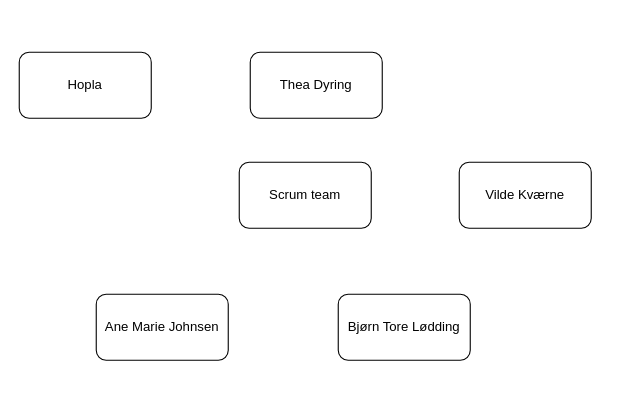
The draw.io diagram OrganisasjonsKart.drawio in vildesk/HoplaDrawIO, before the edit. Source tidied: cells renumbered, new cells numbered last; positions are measured from the earlier drawing's top-left corner, leaving out a move shared by most shapes. Both pictures are drawn from the tidied source at 110%, with x=0, y=0 at pixel (19, 52).
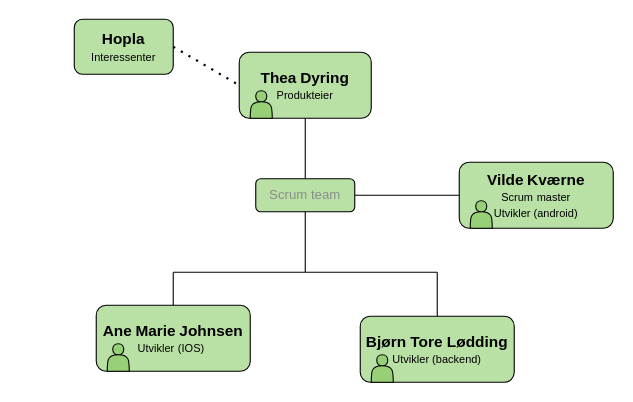
The same page after the edit.

Diff of the diagram source:
```diff
@@
-    <mxCell id="2" value="Scrum team" style="rounded=1;whiteSpace=wrap;html=1;" parent="1" vertex="1">
-      <mxGeometry x="200" y="100" width="120" height="60" as="geometry" />
+    <mxCell id="2" value="&lt;font color=&quot;#8c8c8c&quot;&gt;Scrum team&lt;/font&gt;" style="rounded=1;whiteSpace=wrap;html=1;fillColor=#B9E0A5;" parent="1" vertex="1">
+      <mxGeometry x="215" y="115" width="90" height="30" as="geometry" />
     </mxCell>
-    <mxCell id="3" value="Hopla" style="rounded=1;whiteSpace=wrap;html=1;" parent="1" vertex="1">
-      <mxGeometry width="120" height="60" as="geometry" />
+    <mxCell id="3" value="&lt;font style=&quot;font-size: 14px;&quot;&gt;&lt;b&gt;Hopla&lt;/b&gt;&lt;/font&gt;&lt;div&gt;&lt;font style=&quot;font-size: 10px;&quot;&gt;Interessenter&lt;/font&gt;&lt;/div&gt;" style="rounded=1;whiteSpace=wrap;html=1;fillColor=#B9E0A5;" parent="1" vertex="1">
+      <mxGeometry x="50" y="-30" width="90" height="50" as="geometry" />
     </mxCell>
-    <mxCell id="4" value="Thea Dyring" style="rounded=1;whiteSpace=wrap;html=1;" parent="1" vertex="1">
-      <mxGeometry x="210" width="120" height="60" as="geometry" />
+    <mxCell id="4" value="&lt;font style=&quot;font-size: 14px;&quot;&gt;&lt;b&gt;Thea&lt;/b&gt;&lt;/font&gt; &lt;font style=&quot;font-size: 14px;&quot;&gt;&lt;b&gt;Dyring&lt;/b&gt;&lt;/font&gt;&lt;div&gt;&lt;font style=&quot;font-size: 10px;&quot;&gt;Produkteier&lt;/font&gt;&lt;/div&gt;" style="rounded=1;whiteSpace=wrap;html=1;fillColor=#B9E0A5;" parent="1" vertex="1">
+      <mxGeometry x="200" width="120" height="60" as="geometry" />
     </mxCell>
-    <mxCell id="5" value="Vilde Kværne" style="rounded=1;whiteSpace=wrap;html=1;" parent="1" vertex="1">
-      <mxGeometry x="400" y="100" width="120" height="60" as="geometry" />
+    <mxCell id="5" value="&lt;font style=&quot;font-size: 14px;&quot;&gt;&lt;b&gt;Vilde&lt;/b&gt;&lt;/font&gt; &lt;font style=&quot;font-size: 14px;&quot;&gt;&lt;b&gt;Kværne&lt;/b&gt;&lt;/font&gt;&lt;div&gt;&lt;font style=&quot;font-size: 10px;&quot;&gt;Scrum&lt;/font&gt; &lt;font style=&quot;font-size: 10px;&quot;&gt;master&lt;/font&gt;&lt;/div&gt;&lt;div&gt;&lt;font style=&quot;font-size: 10px;&quot;&gt;Utvikler (android&lt;/font&gt;&lt;font style=&quot;font-size: 10px;&quot;&gt;)&lt;/font&gt;&lt;/div&gt;" style="rounded=1;whiteSpace=wrap;html=1;fillColor=#B9E0A5;" parent="1" vertex="1">
+      <mxGeometry x="400" y="100" width="140" height="60" as="geometry" />
     </mxCell>
-    <mxCell id="6" value="Ane Marie Johnsen" style="rounded=1;whiteSpace=wrap;html=1;" parent="1" vertex="1">
-      <mxGeometry x="70" y="220" width="120" height="60" as="geometry" />
+    <mxCell id="6" value="&lt;font style=&quot;font-size: 14px;&quot;&gt;&lt;b&gt;Ane&lt;/b&gt;&lt;/font&gt; &lt;b&gt;&lt;font style=&quot;font-size: 14px;&quot;&gt;Marie&lt;/font&gt;&lt;/b&gt; &lt;font style=&quot;font-size: 14px;&quot;&gt;&lt;b&gt;Johnsen&lt;/b&gt;&lt;/font&gt;&lt;div&gt;&lt;font style=&quot;font-size: 10px;&quot;&gt;Utvikler&lt;/font&gt; &lt;font style=&quot;font-size: 10px;&quot;&gt;(&lt;/font&gt;&lt;font style=&quot;font-size: 10px;&quot;&gt;IOS&lt;/font&gt;&lt;font style=&quot;font-size: 10px;&quot;&gt;)&lt;/font&gt;&amp;nbsp;&lt;/div&gt;" style="rounded=1;whiteSpace=wrap;html=1;fillColor=#B9E0A5;" parent="1" vertex="1">
+      <mxGeometry x="70" y="230" width="140" height="60" as="geometry" />
     </mxCell>
-    <mxCell id="7" value="Bjørn Tore Lødding" style="rounded=1;whiteSpace=wrap;html=1;" parent="1" vertex="1">
-      <mxGeometry x="290" y="220" width="120" height="60" as="geometry" />
+    <mxCell id="7" value="&lt;font style=&quot;font-size: 14px;&quot;&gt;&lt;b&gt;Bjørn Tore Lødding&lt;/b&gt;&lt;/font&gt;&lt;div&gt;&lt;font style=&quot;font-size: 10px;&quot;&gt;Utvikler&lt;b&gt; &lt;/b&gt;(backend)&lt;/font&gt;&lt;/div&gt;" style="rounded=1;whiteSpace=wrap;html=1;fillColor=#B9E0A5;" parent="1" vertex="1">
+      <mxGeometry x="310" y="240" width="140" height="60" as="geometry" />
     </mxCell>
+    <mxCell id="8" style="endArrow=none;html=1;rounded=0;exitX=0.5;exitY=0;exitDx=0;exitDy=0;" parent="1" edge="1" source="2" target="4">
+      <mxGeometry relative="1" as="geometry" />
+    </mxCell>
+    <mxCell id="9" style="endArrow=none;html=1;rounded=0;exitX=1;exitY=0.5;exitDx=0;exitDy=0;" parent="1" edge="1" source="2" target="5">
+      <mxGeometry relative="1" as="geometry" />
+    </mxCell>
+    <mxCell id="10" style="endArrow=none;dashed=1;html=1;dashPattern=1 3;strokeWidth=2;rounded=0;entryX=0;entryY=0.5;entryDx=0;entryDy=0;exitX=1;exitY=0.5;exitDx=0;exitDy=0;" parent="1" edge="1" source="3" target="4">
+      <mxGeometry relative="1" as="geometry" />
+    </mxCell>
+    <mxCell id="11" style="endArrow=none;html=1;rounded=0;entryX=0.5;entryY=1;entryDx=0;entryDy=0;" parent="1" edge="1" target="2">
+      <mxGeometry relative="1" as="geometry">
+        <mxPoint x="260" y="200" as="sourcePoint" />
+      </mxGeometry>
+    </mxCell>
+    <mxCell id="12" style="endArrow=none;html=1;rounded=0;" parent="1" edge="1">
+      <mxGeometry relative="1" as="geometry">
+        <mxPoint x="140" y="200" as="sourcePoint" />
+        <mxPoint x="260" y="200" as="targetPoint" />
+      </mxGeometry>
+    </mxCell>
+    <mxCell id="13" style="endArrow=none;html=1;rounded=0;" parent="1" edge="1">
+      <mxGeometry relative="1" as="geometry">
+        <mxPoint x="260" y="200" as="sourcePoint" />
+        <mxPoint x="380" y="200" as="targetPoint" />
+      </mxGeometry>
+    </mxCell>
+    <mxCell id="14" style="endArrow=none;html=1;rounded=0;exitX=0.5;exitY=0;exitDx=0;exitDy=0;" parent="1" edge="1" source="6">
+      <mxGeometry relative="1" as="geometry">
+        <mxPoint x="140" y="200" as="targetPoint" />
+      </mxGeometry>
+    </mxCell>
+    <mxCell id="15" style="endArrow=none;html=1;rounded=0;exitX=0.5;exitY=0;exitDx=0;exitDy=0;" parent="1" edge="1" source="7">
+      <mxGeometry relative="1" as="geometry">
+        <mxPoint x="380" y="200" as="targetPoint" />
+      </mxGeometry>
+    </mxCell>
+    <mxCell id="16" style="shape=actor;whiteSpace=wrap;html=1;fillColor=#97D077;" parent="1" vertex="1">
+      <mxGeometry x="210" y="35" width="20" height="25" as="geometry" />
+    </mxCell>
+    <mxCell id="17" style="shape=actor;whiteSpace=wrap;html=1;fillColor=#97D077;" parent="1" vertex="1">
+      <mxGeometry x="410" y="135" width="20" height="25" as="geometry" />
+    </mxCell>
+    <mxCell id="18" style="shape=actor;whiteSpace=wrap;html=1;fillColor=#97D077;" parent="1" vertex="1">
+      <mxGeometry x="320" y="275" width="20" height="25" as="geometry" />
+    </mxCell>
+    <mxCell id="19" style="shape=actor;whiteSpace=wrap;html=1;fillColor=#97D077;" parent="1" vertex="1">
+      <mxGeometry x="80" y="265" width="20" height="25" as="geometry" />
+    </mxCell>
```
